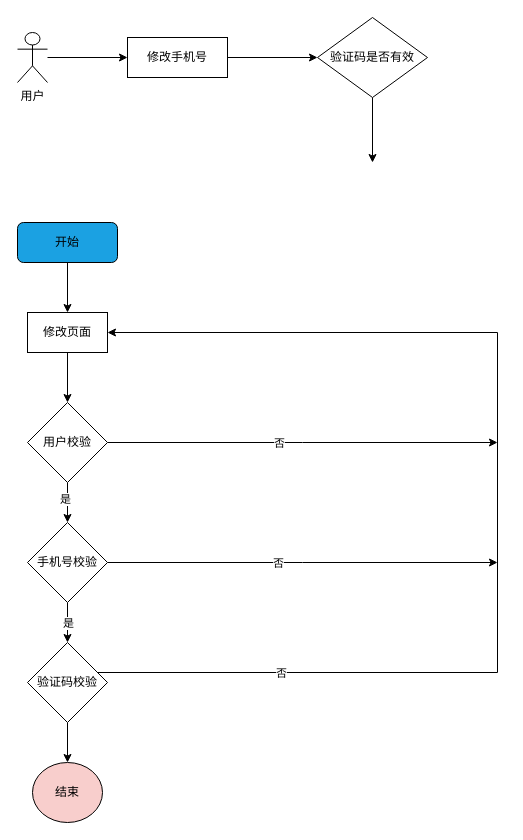
koralcc/resource keeps this draw.io diagram as jzt用户中心-修改手机号-.drawio. Above is the earlier version. Source tidied: cells renumbered, new cells numbered last; positions are measured from the earlier drawing's top-left corner, leaving out a move shared by most shapes. Both pictures are drawn from the tidied source at 100%, with x=0, y=0 at pixel (17, 17).
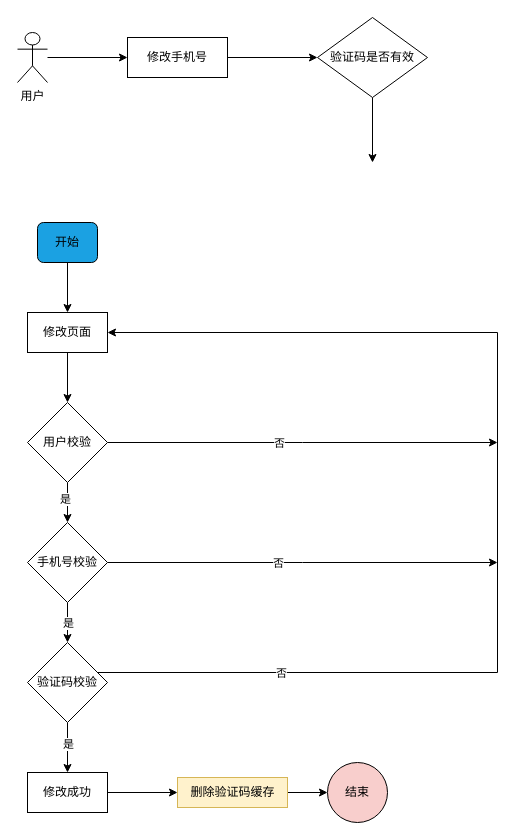
Above is the later version.

Commit message (it also covers changes not shown here):
更新jzt用户中心-修改手机号-.drawio

The change refers to these unchanged cells:
```xml
<mxCell id="20" value="验证码校验" style="rhombus;whiteSpace=wrap;html=1;rounded=0;" parent="1" vertex="1">
  <mxGeometry x="10" y="625" width="80" height="80" as="geometry" />
</mxCell>
```

Change to the diagram source:
```diff
@@
     <mxCell id="9" value="开始" style="rounded=1;whiteSpace=wrap;html=1;fillColor=#1BA1E2;" parent="1" vertex="1">
-      <mxGeometry y="205" width="100" height="40" as="geometry" />
+      <mxGeometry x="20" y="205" width="60" height="40" as="geometry" />
     </mxCell>
@@
-    <mxCell id="19" style="edgeStyle=orthogonalEdgeStyle;rounded=0;jettySize=auto;html=1;" parent="1" edge="1" source="20" target="21">
-      <mxGeometry relative="1" as="geometry" />
-    </mxCell>
+    <mxCell id="27" style="edgeStyle=orthogonalEdgeStyle;rounded=0;jettySize=auto;html=1;entryX=0.5;entryY=0;entryDx=0;entryDy=0;" parent="1" edge="1" source="20" target="30">
+      <mxGeometry relative="1" as="geometry" />
+    </mxCell>
+    <mxCell id="28" value="是" style="edgeLabel;html=1;align=center;verticalAlign=middle;" parent="27" vertex="1">
+      <mxGeometry x="-0.16" y="3" relative="1" as="geometry">
+        <mxPoint x="-3" as="offset" />
+      </mxGeometry>
+    </mxCell>
@@
     <mxCell id="21" value="结束" style="ellipse;whiteSpace=wrap;html=1;rounded=0;fillColor=#F8CECC;" parent="1" vertex="1">
-      <mxGeometry x="15" y="745" width="70" height="60" as="geometry" />
+      <mxGeometry x="310" y="745" width="60" height="60" as="geometry" />
     </mxCell>
@@
+    <mxCell id="29" style="edgeStyle=orthogonalEdgeStyle;rounded=0;jettySize=auto;html=1;" parent="1" edge="1" source="32" target="21">
+      <mxGeometry relative="1" as="geometry" />
+    </mxCell>
+    <mxCell id="30" value="修改成功" style="rounded=0;whiteSpace=wrap;html=1;" parent="1" vertex="1">
+      <mxGeometry x="10" y="755" width="80" height="40" as="geometry" />
+    </mxCell>
+    <mxCell id="31" style="edgeStyle=orthogonalEdgeStyle;rounded=0;jettySize=auto;html=1;" parent="1" edge="1" source="30" target="32">
+      <mxGeometry relative="1" as="geometry" />
+    </mxCell>
+    <mxCell id="32" value="删除验证码缓存" style="text;html=1;align=center;verticalAlign=middle;points=[];strokeColor=#d6b656;fillColor=#fff2cc;" parent="1" vertex="1">
+      <mxGeometry x="160" y="760" width="110" height="30" as="geometry" />
+    </mxCell>
```
